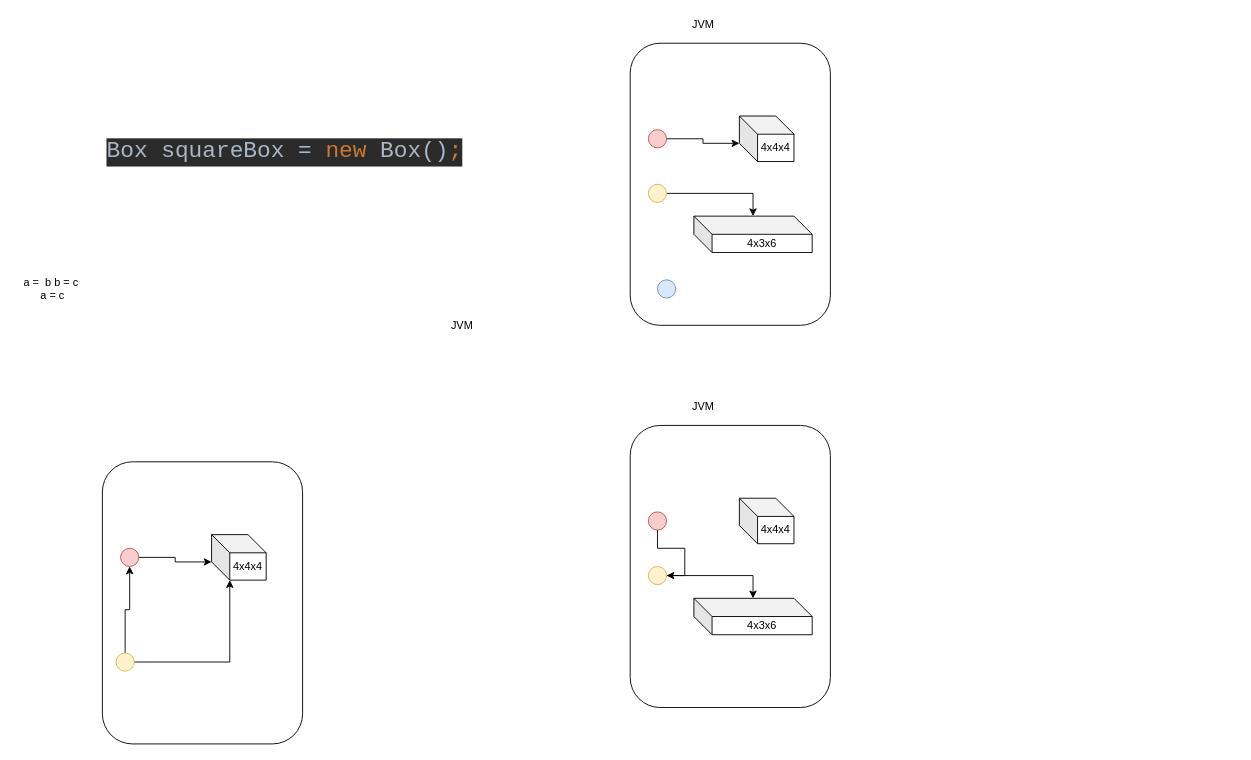
Before: page "Classes" (2 of 2) of Batch34.drawio in jayramrout/batch34, a draw.io diagram. Source tidied: cells renumbered, new cells numbered last; positions are measured from the earlier drawing's top-left corner, leaving out a move shared by most shapes. Both pictures are drawn from the tidied source at 91%, with x=0, y=0 at pixel (15, 15).
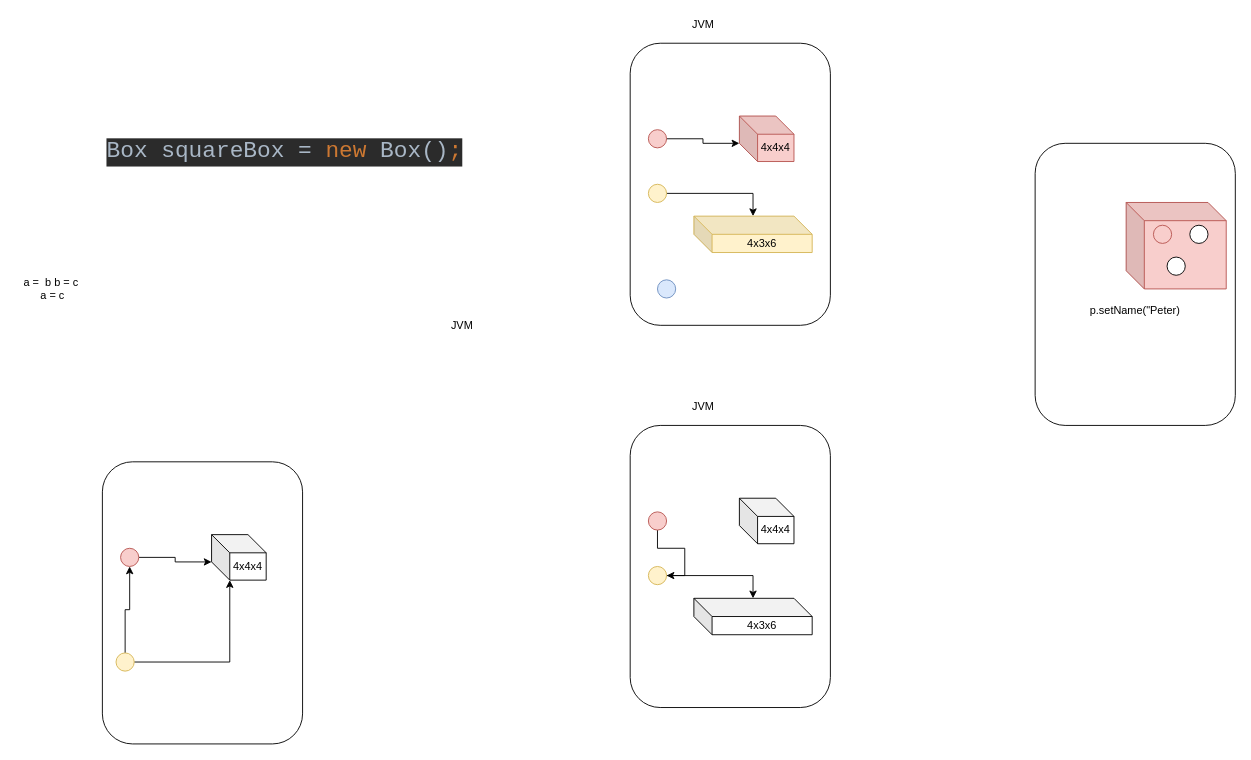
After the change.

What changed in the source:
```diff
@@
-    <mxCell id="5" value="4x4x4" style="shape=cube;whiteSpace=wrap;html=1;boundedLbl=1;backgroundOutline=1;darkOpacity=0.05;darkOpacity2=0.1;" parent="1" vertex="1">
+    <mxCell id="5" value="4x4x4" style="shape=cube;whiteSpace=wrap;html=1;boundedLbl=1;backgroundOutline=1;darkOpacity=0.05;darkOpacity2=0.1;fillColor=#f8cecc;strokeColor=#b85450;" parent="1" vertex="1">
       <mxGeometry x="795" y="110" width="60" height="50" as="geometry" />
     </mxCell>
-    <mxCell id="6" value="4x3x6" style="shape=cube;whiteSpace=wrap;html=1;boundedLbl=1;backgroundOutline=1;darkOpacity=0.05;darkOpacity2=0.1;" parent="1" vertex="1">
+    <mxCell id="6" value="4x3x6" style="shape=cube;whiteSpace=wrap;html=1;boundedLbl=1;backgroundOutline=1;darkOpacity=0.05;darkOpacity2=0.1;fillColor=#fff2cc;strokeColor=#d6b656;" parent="1" vertex="1">
       <mxGeometry x="745" y="220" width="130" height="40" as="geometry" />
     </mxCell>
@@
+    <mxCell id="29" value="&lt;br&gt;&lt;br&gt;&lt;br&gt;&lt;br&gt;p.setName(&quot;Peter)" style="rounded=1;whiteSpace=wrap;html=1;" parent="1" vertex="1">
+      <mxGeometry x="1120" y="140" width="220" height="310" as="geometry" />
+    </mxCell>
+    <mxCell id="30" style="shape=cube;whiteSpace=wrap;html=1;boundedLbl=1;backgroundOutline=1;darkOpacity=0.05;darkOpacity2=0.1;fillColor=#f8cecc;strokeColor=#b85450;" parent="1" vertex="1">
+      <mxGeometry x="1220" y="205" width="110" height="95" as="geometry" />
+    </mxCell>
+    <mxCell id="31" style="ellipse;whiteSpace=wrap;html=1;fillColor=#f8cecc;strokeColor=#b85450;" parent="1" vertex="1">
+      <mxGeometry x="1250" y="230" width="20" height="20" as="geometry" />
+    </mxCell>
+    <mxCell id="32" style="ellipse;whiteSpace=wrap;html=1;" parent="1" vertex="1">
+      <mxGeometry x="1290" y="230" width="20" height="20" as="geometry" />
+    </mxCell>
+    <mxCell id="33" style="ellipse;whiteSpace=wrap;html=1;" parent="1" vertex="1">
+      <mxGeometry x="1265" y="265" width="20" height="20" as="geometry" />
+    </mxCell>
```
